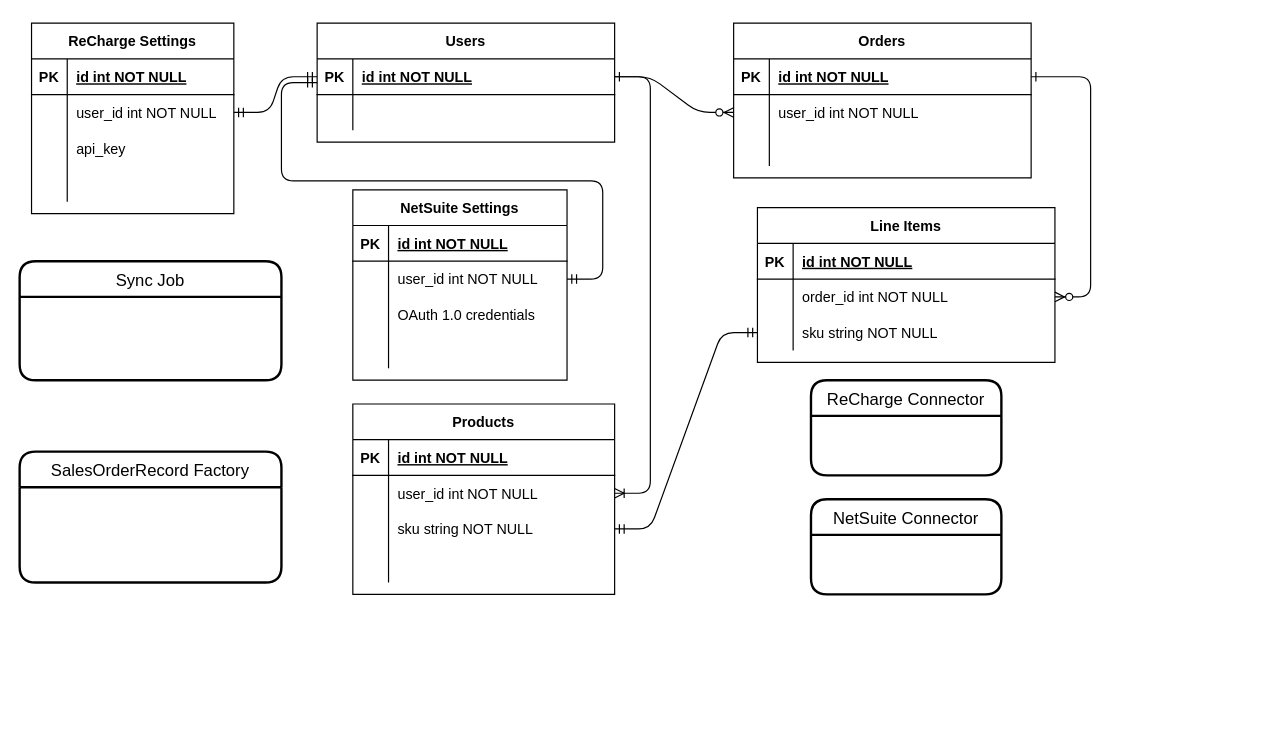
Above: ReChargeERD.drawio in alexrsunrise/diagrams (draw.io), before the change. Source tidied: cells renumbered, new cells numbered last; positions are measured from the earlier drawing's top-left corner, leaving out a move shared by most shapes. Both pictures are drawn from the tidied source at 119%, with x=0, y=0 at pixel (19, 23).
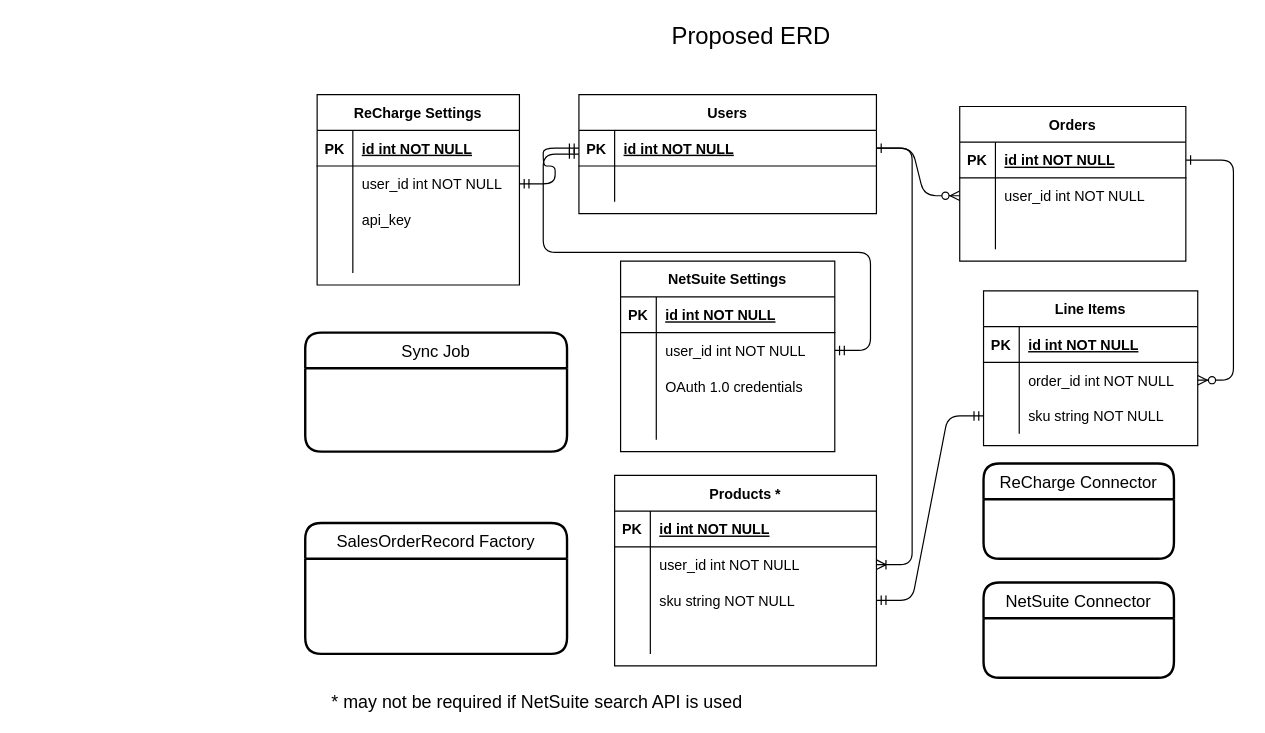
The same page after the edit.

The change refers to these unchanged cells:
```xml
<mxCell id="63" style="shape=partialRectangle;fillColor=none;top=0;left=0;bottom=0;right=0;points=[[0,0.5],[1,0.5]];portConstraint=eastwest;" parent="59" vertex="1">
  <mxGeometry y="60" width="180" height="30" as="geometry" />
</mxCell>
```

What changed in the source:
```diff
@@
     <mxCell id="4" value="Orders" style="shape=table;startSize=30;childLayout=tableLayout;rowLines=0;fontStyle=1;align=center;" parent="1" vertex="1">
-      <mxGeometry x="600" width="250" height="130" as="geometry" />
+      <mxGeometry x="790" y="70" width="190" height="130" as="geometry" />
     </mxCell>
     <mxCell id="5" style="shape=partialRectangle;fillColor=none;points=[[0,0.5],[1,0.5]];portConstraint=eastwest;top=0;left=0;right=0;bottom=1;" parent="4" vertex="1">
-      <mxGeometry y="30" width="250" height="30" as="geometry" />
+      <mxGeometry y="30" width="190" height="30" as="geometry" />
     </mxCell>
@@
     <mxCell id="7" value="id int NOT NULL " style="shape=partialRectangle;overflow=hidden;fillColor=none;top=0;left=0;bottom=0;right=0;align=left;spacingLeft=6;fontStyle=5;" parent="5" vertex="1">
-      <mxGeometry x="30" width="220" height="30" as="geometry" />
+      <mxGeometry x="30" width="160" height="30" as="geometry" />
     </mxCell>
     <mxCell id="8" style="shape=partialRectangle;fillColor=none;points=[[0,0.5],[1,0.5]];portConstraint=eastwest;top=0;left=0;right=0;bottom=0;" parent="4" vertex="1">
-      <mxGeometry y="60" width="250" height="30" as="geometry" />
+      <mxGeometry y="60" width="190" height="30" as="geometry" />
     </mxCell>
@@
     <mxCell id="10" value="user_id int NOT NULL" style="shape=partialRectangle;overflow=hidden;fillColor=none;top=0;left=0;bottom=0;right=0;align=left;spacingLeft=6;" parent="8" vertex="1">
-      <mxGeometry x="30" width="220" height="30" as="geometry" />
+      <mxGeometry x="30" width="160" height="30" as="geometry" />
     </mxCell>
     <mxCell id="11" style="shape=partialRectangle;fillColor=none;top=0;left=0;right=0;bottom=0;" parent="4" vertex="1">
-      <mxGeometry y="90" width="250" height="30" as="geometry" />
+      <mxGeometry y="90" width="190" height="30" as="geometry" />
     </mxCell>
@@
     <mxCell id="13" style="shape=partialRectangle;overflow=hidden;fillColor=none;top=0;left=0;bottom=0;right=0;align=left;spacingLeft=6;" parent="11" vertex="1">
-      <mxGeometry x="30" width="220" height="30" as="geometry" />
+      <mxGeometry x="30" width="160" height="30" as="geometry" />
     </mxCell>
     <mxCell id="14" value="Line Items" style="shape=table;startSize=30;childLayout=tableLayout;rowLines=0;fontStyle=1;align=center;" parent="1" vertex="1">
-      <mxGeometry x="620" y="155" width="250" height="130" as="geometry" />
+      <mxGeometry x="810" y="225" width="180" height="130" as="geometry" />
     </mxCell>
     <mxCell id="15" style="shape=partialRectangle;fillColor=none;top=0;left=0;right=0;bottom=1;" parent="14" vertex="1">
-      <mxGeometry y="30" width="250" height="30" as="geometry" />
+      <mxGeometry y="30" width="180" height="30" as="geometry" />
     </mxCell>
@@
     <mxCell id="17" value="id int NOT NULL " style="shape=partialRectangle;overflow=hidden;fillColor=none;top=0;left=0;bottom=0;right=0;align=left;spacingLeft=6;fontStyle=5;" parent="15" vertex="1">
-      <mxGeometry x="30" width="220" height="30" as="geometry" />
+      <mxGeometry x="30" width="150" height="30" as="geometry" />
     </mxCell>
     <mxCell id="18" style="shape=partialRectangle;fillColor=none;points=[[0,0.5],[1,0.5]];portConstraint=eastwest;top=0;left=0;right=0;bottom=0;" parent="14" vertex="1">
-      <mxGeometry y="60" width="250" height="30" as="geometry" />
+      <mxGeometry y="60" width="180" height="30" as="geometry" />
     </mxCell>
@@
     <mxCell id="20" value="order_id int NOT NULL" style="shape=partialRectangle;overflow=hidden;fillColor=none;top=0;left=0;bottom=0;right=0;align=left;spacingLeft=6;" parent="18" vertex="1">
-      <mxGeometry x="30" width="220" height="30" as="geometry" />
+      <mxGeometry x="30" width="150" height="30" as="geometry" />
     </mxCell>
     <mxCell id="21" style="shape=partialRectangle;fillColor=none;points=[[0,0.5],[1,0.5]];portConstraint=eastwest;top=0;left=0;right=0;bottom=0;" parent="14" vertex="1">
-      <mxGeometry y="90" width="250" height="30" as="geometry" />
+      <mxGeometry y="90" width="180" height="30" as="geometry" />
     </mxCell>
@@
     <mxCell id="23" value="sku string NOT NULL" style="shape=partialRectangle;overflow=hidden;fillColor=none;top=0;left=0;bottom=0;right=0;align=left;spacingLeft=6;" parent="21" vertex="1">
-      <mxGeometry x="30" width="220" height="30" as="geometry" />
+      <mxGeometry x="30" width="150" height="30" as="geometry" />
     </mxCell>
     <mxCell id="24" value="Users" style="shape=table;startSize=30;childLayout=tableLayout;rowLines=0;fontStyle=1;align=center;" parent="1" vertex="1">
-      <mxGeometry x="250" width="250" height="100" as="geometry" />
+      <mxGeometry x="470" y="60" width="250" height="100" as="geometry" />
     </mxCell>
@@
-    <mxCell id="31" value="Products" style="shape=table;startSize=30;childLayout=tableLayout;rowLines=0;fontStyle=1;align=center;" parent="1" vertex="1">
-      <mxGeometry x="280" y="320" width="220" height="160" as="geometry" />
+    <mxCell id="31" value="Products *" style="shape=table;startSize=30;childLayout=tableLayout;rowLines=0;fontStyle=1;align=center;" parent="1" vertex="1">
+      <mxGeometry x="500" y="380" width="220" height="160" as="geometry" />
     </mxCell>
@@
     <mxCell id="46" value="ReCharge Settings" style="shape=table;startSize=30;childLayout=tableLayout;rowLines=0;fontStyle=1;align=center;" parent="1" vertex="1">
-      <mxGeometry x="10" width="170" height="160" as="geometry" />
+      <mxGeometry x="250" y="60" width="170" height="160" as="geometry" />
     </mxCell>
@@
     <mxCell id="59" value="NetSuite Settings" style="shape=table;startSize=30;childLayout=tableLayout;rowLines=0;fontStyle=1;align=center;" parent="1" vertex="1">
-      <mxGeometry x="280" y="140" width="180" height="160" as="geometry" />
+      <mxGeometry x="505" y="200" width="180" height="160" as="geometry" />
     </mxCell>
@@
     <mxCell id="73" style="edgeStyle=entityRelationEdgeStyle;fontSize=12;html=1;endArrow=ERmandOne;startArrow=ERmandOne;exitX=1;exitY=0.5;exitDx=0;exitDy=0;" parent="1" edge="1" source="63">
       <mxGeometry relative="1" as="geometry">
-        <mxPoint x="250" y="50" as="targetPoint" />
+        <mxPoint x="470" y="110" as="targetPoint" />
       </mxGeometry>
     </mxCell>
     <mxCell id="74" value="Sync Job" style="swimlane;horizontal=1;startSize=30;rounded=1;fontSize=14;fontStyle=0;strokeWidth=2;shadow=0;dashed=0;align=center;" parent="1" vertex="1">
-      <mxGeometry y="200" width="220" height="100" as="geometry" />
+      <mxGeometry x="240" y="260" width="220" height="100" as="geometry" />
     </mxCell>
     <mxCell id="75" value="SalesOrderRecord Factory" style="swimlane;horizontal=1;startSize=30;rounded=1;fontSize=14;fontStyle=0;strokeWidth=2;shadow=0;dashed=0;align=center;" parent="1" vertex="1">
-      <mxGeometry y="360" width="220" height="110" as="geometry" />
+      <mxGeometry x="240" y="420" width="220" height="110" as="geometry" />
     </mxCell>
     <mxCell id="76" value="ReCharge Connector" style="swimlane;horizontal=1;startSize=30;rounded=1;fontSize=14;fontStyle=0;strokeWidth=2;shadow=0;dashed=0;align=center;" parent="1" vertex="1">
-      <mxGeometry x="665" y="300" width="160" height="80" as="geometry" />
+      <mxGeometry x="810" y="370" width="160" height="80" as="geometry" />
     </mxCell>
     <mxCell id="77" value="NetSuite Connector" style="swimlane;horizontal=1;startSize=30;rounded=1;fontSize=14;fontStyle=0;strokeWidth=2;shadow=0;dashed=0;align=center;" parent="1" vertex="1">
-      <mxGeometry x="665" y="400" width="160" height="80" as="geometry" />
+      <mxGeometry x="810" y="470" width="160" height="80" as="geometry" />
     </mxCell>
+    <mxCell id="78" value="* may not be required if NetSuite search API is used" style="text;html=1;strokeColor=none;fillColor=none;align=center;verticalAlign=middle;whiteSpace=wrap;rounded=0;fontSize=15;" parent="1" vertex="1">
+      <mxGeometry x="250" y="560" width="370" height="20" as="geometry" />
+    </mxCell>
+    <mxCell id="79" value="Proposed ERD" style="text;html=1;strokeColor=none;fillColor=none;align=center;verticalAlign=middle;whiteSpace=wrap;rounded=0;fontSize=20;" parent="1" vertex="1">
+      <mxGeometry x="480" width="270" height="20" as="geometry" />
+    </mxCell>
```
